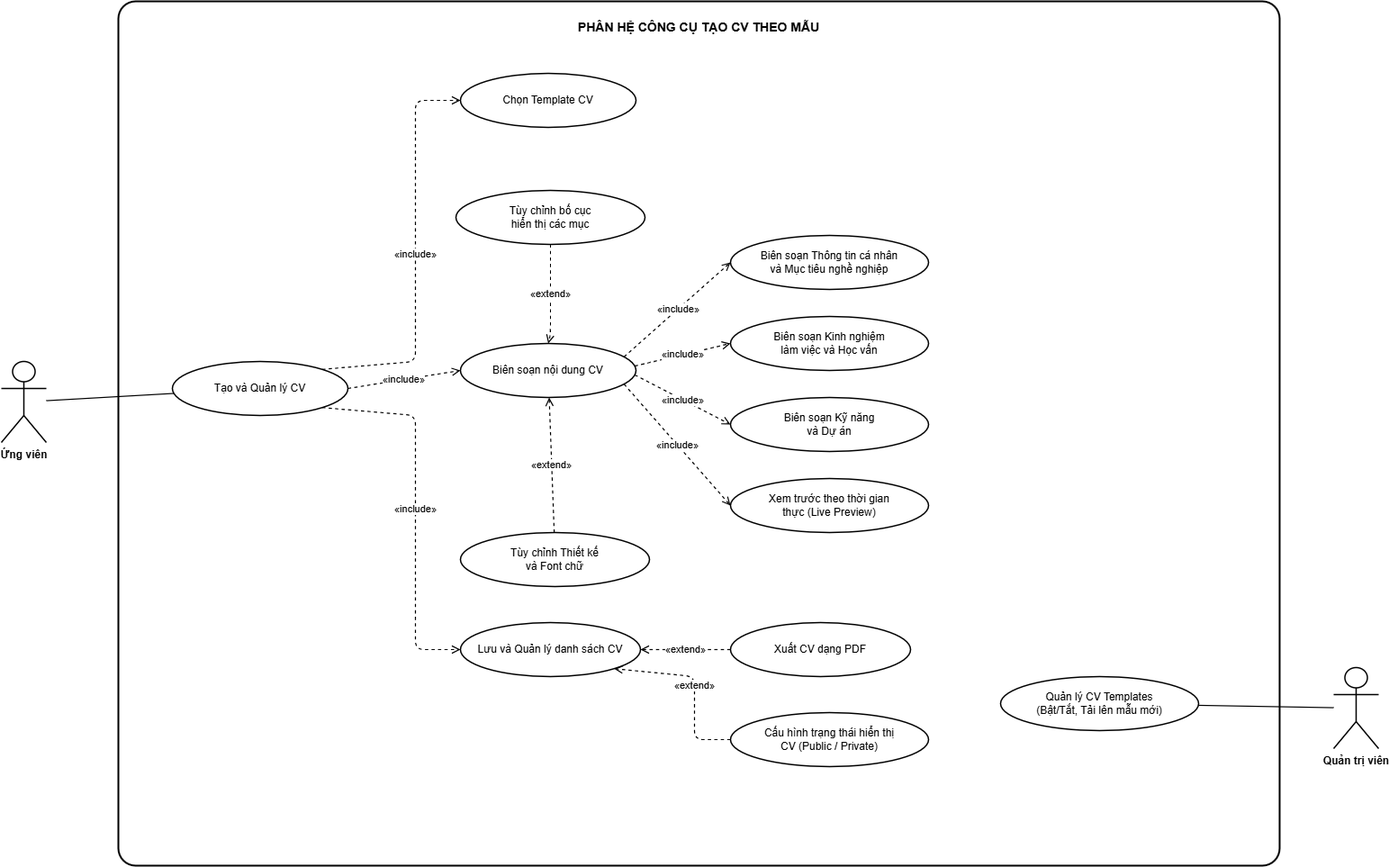
Above: diagrams/usecase_cv_template.png in SE-Project-CTU/smart-recruitment-docs (draw.io), before the change. Source tidied: cells renumbered, new cells last; positions are measured from the earlier drawing's top-left corner, leaving out a move shared by most shapes.
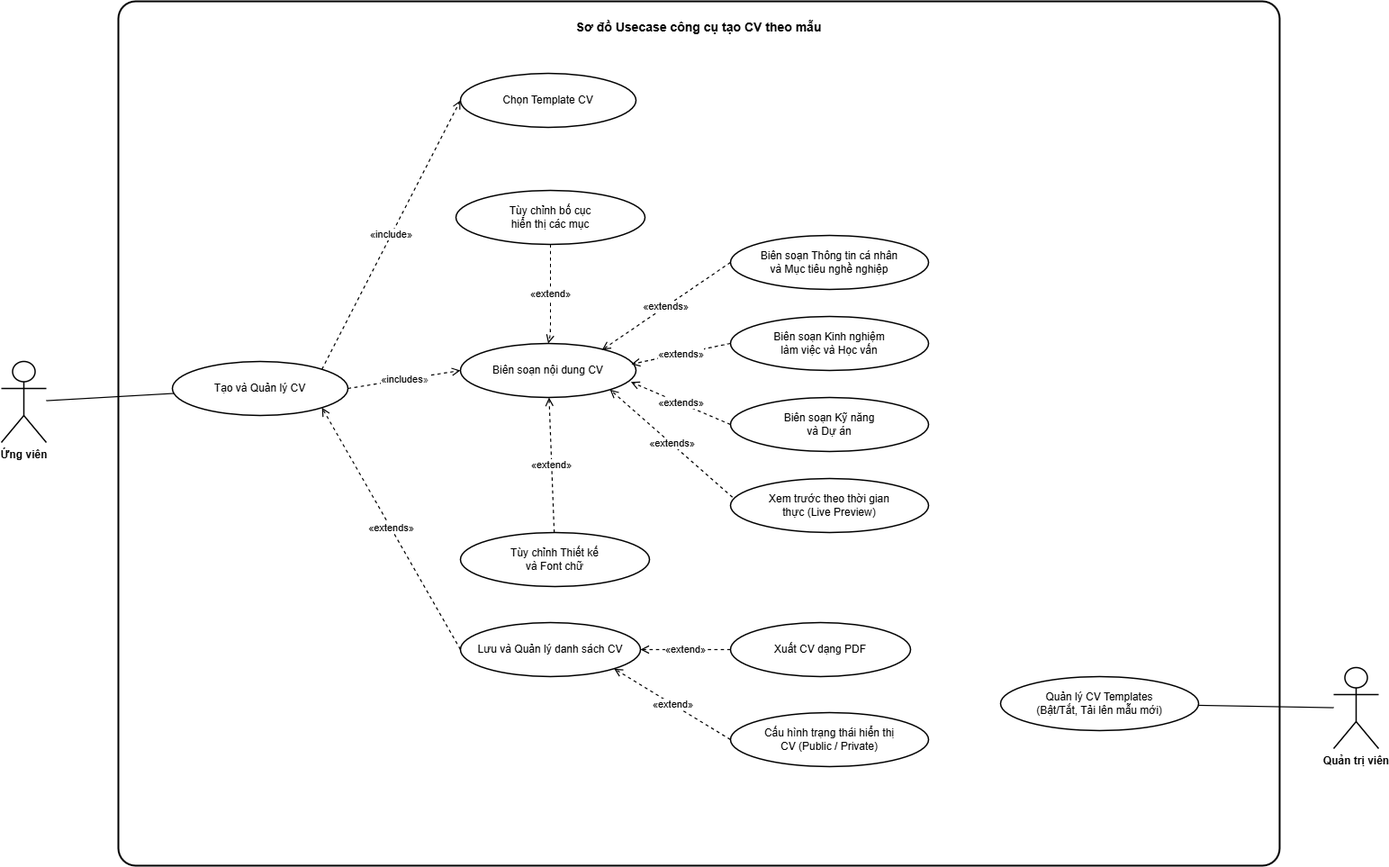
Above is the later version.

Commit message:
refactor: fix 6 usecases template

What changed in the source:
```diff
@@ -2,7 +2,7 @@
   <root>
     <mxCell id="0" />
     <mxCell id="1" parent="0" />
-    <mxCell id="2" value="PHÂN HỆ CÔNG CỤ TẠO CV THEO MẪU" style="rounded=1;arcSize=2;whiteSpace=wrap;html=1;strokeWidth=2;strokeColor=#000000;fillColor=#FFFFFF;fontColor=#000000;fontStyle=1;fontSize=14;verticalAlign=top;spacingTop=14;glass=0;" parent="1" vertex="1">
+    <mxCell id="2" value="Sơ đồ Usecase công cụ tạo CV theo mẫu" style="rounded=1;arcSize=2;whiteSpace=wrap;html=1;strokeWidth=2;strokeColor=#000000;fillColor=#FFFFFF;fontColor=#000000;fontStyle=1;fontSize=14;verticalAlign=top;spacingTop=14;glass=0;" parent="1" vertex="1">
       <mxGeometry x="130" width="1290" height="960" as="geometry" />
     </mxCell>
     <mxCell id="3" value="Ứng viên" style="shape=umlActor;verticalLabelPosition=bottom;verticalAlign=top;html=1;outlineConnect=0;strokeWidth=1.5;strokeColor=#000000;fillColor=#FFFFFF;fontColor=#000000;fontSize=12;fontStyle=1;align=center;" parent="1" vertex="1">
@@ -57,34 +57,26 @@
       <mxGeometry relative="1" as="geometry" />
     </mxCell>
     <mxCell id="20" value="«include»" style="dashed=1;endArrow=open;endFill=0;endSize=7;html=1;strokeWidth=1.2;strokeColor=#000000;fontColor=#000000;fontSize=11;labelBackgroundColor=#FFFFFF;exitX=1;exitY=0;exitDx=0;exitDy=0;entryX=0;entryY=0.5;entryDx=0;entryDy=0;" parent="1" edge="1" source="5" target="6">
-      <mxGeometry relative="1" as="geometry">
-        <Array as="points">
-          <mxPoint x="460" y="400" />
-          <mxPoint x="460" y="110" />
-        </Array>
-      </mxGeometry>
+      <mxGeometry relative="1" as="geometry" />
     </mxCell>
-    <mxCell id="21" value="«include»" style="dashed=1;endArrow=open;endFill=0;endSize=7;html=1;strokeWidth=1.2;strokeColor=#000000;fontColor=#000000;fontSize=11;labelBackgroundColor=#FFFFFF;exitX=1;exitY=0.5;exitDx=0;exitDy=0;entryX=0;entryY=0.5;entryDx=0;entryDy=0;" parent="1" edge="1" source="5" target="7">
+    <mxCell id="21" value="&lt;span style=&quot;color: rgb(0, 0, 0);&quot;&gt;«&lt;/span&gt;includes&lt;span style=&quot;color: rgb(63, 63, 63); background-color: light-dark(rgb(255, 255, 255), rgb(18, 18, 18));&quot;&gt;»&lt;/span&gt;" style="dashed=1;endArrow=open;endFill=0;endSize=7;html=1;strokeWidth=1.2;strokeColor=#000000;fontColor=#000000;fontSize=11;labelBackgroundColor=#FFFFFF;exitX=1;exitY=0.5;exitDx=0;exitDy=0;entryX=0;entryY=0.5;entryDx=0;entryDy=0;" parent="1" edge="1" source="5" target="7">
       <mxGeometry relative="1" as="geometry" />
     </mxCell>
-    <mxCell id="22" value="«include»" style="dashed=1;endArrow=open;endFill=0;endSize=7;html=1;strokeWidth=1.2;strokeColor=#000000;fontColor=#000000;fontSize=11;labelBackgroundColor=#FFFFFF;exitX=1;exitY=1;exitDx=0;exitDy=0;entryX=0;entryY=0.5;entryDx=0;entryDy=0;" parent="1" edge="1" source="5" target="8">
-      <mxGeometry relative="1" as="geometry">
-        <Array as="points">
-          <mxPoint x="460" y="460" />
-          <mxPoint x="460" y="720" />
-        </Array>
-      </mxGeometry>
+    <mxCell id="22" value="«extends»" style="dashed=1;endArrow=open;endFill=0;endSize=7;html=1;strokeWidth=1.2;strokeColor=#000000;fontColor=#000000;fontSize=11;labelBackgroundColor=#FFFFFF;exitX=0;exitY=0.5;exitDx=0;exitDy=0;entryX=1;entryY=1;entryDx=0;entryDy=0;" parent="1" edge="1" source="8" target="5">
+      <mxGeometry relative="1" as="geometry" />
     </mxCell>
-    <mxCell id="23" value="«include»" style="dashed=1;endArrow=open;endFill=0;endSize=7;html=1;strokeWidth=1.2;strokeColor=#000000;fontColor=#000000;fontSize=11;labelBackgroundColor=#FFFFFF;exitX=1;exitY=0.2;exitDx=0;exitDy=0;entryX=0;entryY=0.5;entryDx=0;entryDy=0;" parent="1" edge="1" source="7" target="9">
+    <mxCell id="23" value="«extends»" style="dashed=1;endArrow=open;endFill=0;endSize=7;html=1;strokeWidth=1.2;strokeColor=#000000;fontColor=#000000;fontSize=11;labelBackgroundColor=#FFFFFF;exitX=0;exitY=0.5;exitDx=0;exitDy=0;entryX=0.807;entryY=0.118;entryDx=0;entryDy=0;entryPerimeter=0;" parent="1" edge="1" source="9" target="7">
       <mxGeometry relative="1" as="geometry" />
     </mxCell>
-    <mxCell id="24" value="«include»" style="dashed=1;endArrow=open;endFill=0;endSize=7;html=1;strokeWidth=1.2;strokeColor=#000000;fontColor=#000000;fontSize=11;labelBackgroundColor=#FFFFFF;exitX=1;exitY=0.4;exitDx=0;exitDy=0;entryX=0;entryY=0.5;entryDx=0;entryDy=0;" parent="1" edge="1" source="7" target="10">
-      <mxGeometry relative="1" as="geometry" />
+    <mxCell id="24" value="&lt;span style=&quot;color: rgb(0, 0, 0);&quot;&gt;«extends»&lt;/span&gt;" style="dashed=1;endArrow=open;endFill=0;endSize=7;html=1;strokeWidth=1.2;strokeColor=#000000;fontColor=#000000;fontSize=11;labelBackgroundColor=#FFFFFF;exitX=0;exitY=0.5;exitDx=0;exitDy=0;" parent="1" edge="1" source="10">
+      <mxGeometry x="0.01" relative="1" as="geometry">
+        <mxPoint x="700" y="403" as="targetPoint" />
+      </mxGeometry>
     </mxCell>
-    <mxCell id="25" value="«include»" style="dashed=1;endArrow=open;endFill=0;endSize=7;html=1;strokeWidth=1.2;strokeColor=#000000;fontColor=#000000;fontSize=11;labelBackgroundColor=#FFFFFF;exitX=1;exitY=0.6;exitDx=0;exitDy=0;entryX=0;entryY=0.5;entryDx=0;entryDy=0;" parent="1" edge="1" source="7" target="11">
+    <mxCell id="25" value="&lt;span style=&quot;color: rgb(0, 0, 0);&quot;&gt;«extends»&lt;/span&gt;" style="dashed=1;endArrow=open;endFill=0;endSize=7;html=1;strokeWidth=1.2;strokeColor=#000000;fontColor=#000000;fontSize=11;labelBackgroundColor=#FFFFFF;entryX=0.971;entryY=0.714;entryDx=0;entryDy=0;entryPerimeter=0;exitX=0;exitY=0.5;exitDx=0;exitDy=0;" parent="1" edge="1" source="11" target="7">
       <mxGeometry relative="1" as="geometry" />
     </mxCell>
-    <mxCell id="26" value="«include»" style="dashed=1;endArrow=open;endFill=0;endSize=7;html=1;strokeWidth=1.2;strokeColor=#000000;fontColor=#000000;fontSize=11;labelBackgroundColor=#FFFFFF;exitX=1;exitY=0.8;exitDx=0;exitDy=0;entryX=0;entryY=0.5;entryDx=0;entryDy=0;" parent="1" edge="1" source="7" target="12">
+    <mxCell id="26" value="&lt;span style=&quot;color: rgb(0, 0, 0);&quot;&gt;«extends»&lt;/span&gt;" style="dashed=1;endArrow=open;endFill=0;endSize=7;html=1;strokeWidth=1.2;strokeColor=#000000;fontColor=#000000;fontSize=11;labelBackgroundColor=#FFFFFF;exitX=0.01;exitY=0.347;exitDx=0;exitDy=0;exitPerimeter=0;entryX=1;entryY=1;entryDx=0;entryDy=0;" parent="1" edge="1" source="12" target="7">
       <mxGeometry relative="1" as="geometry" />
     </mxCell>
     <mxCell id="27" value="«extend»" style="dashed=1;endArrow=open;endFill=0;endSize=7;html=1;strokeWidth=1.2;strokeColor=#000000;fontColor=#000000;fontSize=11;labelBackgroundColor=#FFFFFF;exitX=0.5;exitY=1;exitDx=0;exitDy=0;entryX=0.5;entryY=0;entryDx=0;entryDy=0;" parent="1" edge="1" source="13" target="7">
@@ -102,12 +94,7 @@
       <mxGeometry relative="1" as="geometry" />
     </mxCell>
     <mxCell id="30" value="«extend»" style="dashed=1;endArrow=open;endFill=0;endSize=7;html=1;strokeWidth=1.2;strokeColor=#000000;fontColor=#000000;fontSize=11;labelBackgroundColor=#FFFFFF;exitX=0;exitY=0.5;exitDx=0;exitDy=0;entryX=1;entryY=1;entryDx=0;entryDy=0;" parent="1" edge="1" source="16" target="8">
-      <mxGeometry relative="1" as="geometry">
-        <Array as="points">
-          <mxPoint x="770" y="820" />
-          <mxPoint x="770" y="750" />
-        </Array>
-      </mxGeometry>
+      <mxGeometry relative="1" as="geometry" />
     </mxCell>
   </root>
 </mxGraphModel>
```
